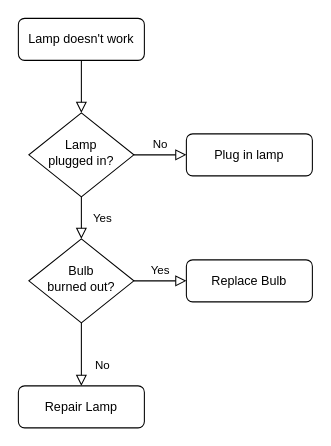
Before: Untitled Diagram.drawio in lpenhallowHome/rsa2019, a draw.io diagram. Source tidied: cells renumbered, new cells numbered last; positions are measured from the earlier drawing's top-left corner, leaving out a move shared by most shapes. Both pictures are drawn from the tidied source at 105%, with x=0, y=0 at pixel (18, 18).
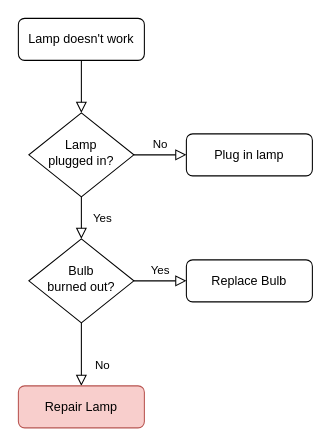
The same diagram, later.

The edit, as a diff of the source:
```diff
@@
 <mxGraphModel>
   <root>
     <mxCell id="0" />
     <mxCell id="1" parent="0" />
     <mxCell id="2" style="rounded=0;html=1;jettySize=auto;fontSize=11;endArrow=block;endFill=0;endSize=8;strokeWidth=1;shadow=0;labelBackgroundColor=none;edgeStyle=orthogonalEdgeStyle;" parent="1" edge="1" source="3" target="6">
       <mxGeometry relative="1" as="geometry" />
     </mxCell>
     <mxCell id="3" value="Lamp doesn't work" style="rounded=1;whiteSpace=wrap;html=1;fontSize=12;glass=0;strokeWidth=1;shadow=0;" parent="1" vertex="1">
       <mxGeometry width="120" height="40" as="geometry" />
     </mxCell>
     <mxCell id="4" value="Yes" style="rounded=0;html=1;jettySize=auto;fontSize=11;endArrow=block;endFill=0;endSize=8;strokeWidth=1;shadow=0;labelBackgroundColor=none;edgeStyle=orthogonalEdgeStyle;" parent="1" edge="1" source="6" target="10">
       <mxGeometry y="20" relative="1" as="geometry" />
     </mxCell>
     <mxCell id="5" value="No" style="edgeStyle=orthogonalEdgeStyle;rounded=0;html=1;jettySize=auto;fontSize=11;endArrow=block;endFill=0;endSize=8;strokeWidth=1;shadow=0;labelBackgroundColor=none;" parent="1" edge="1" source="6" target="7">
       <mxGeometry y="10" relative="1" as="geometry" />
     </mxCell>
     <mxCell id="6" value="Lamp&lt;br&gt;plugged in?" style="rhombus;whiteSpace=wrap;html=1;shadow=0;fontFamily=Helvetica;fontSize=12;align=center;strokeWidth=1;spacing=6;spacingTop=-4;" parent="1" vertex="1">
       <mxGeometry x="10" y="90" width="100" height="80" as="geometry" />
     </mxCell>
     <mxCell id="7" value="Plug in lamp" style="rounded=1;whiteSpace=wrap;html=1;fontSize=12;glass=0;strokeWidth=1;shadow=0;" parent="1" vertex="1">
       <mxGeometry x="160" y="110" width="120" height="40" as="geometry" />
     </mxCell>
     <mxCell id="8" value="No" style="rounded=0;html=1;jettySize=auto;fontSize=11;endArrow=block;endFill=0;endSize=8;strokeWidth=1;shadow=0;labelBackgroundColor=none;edgeStyle=orthogonalEdgeStyle;" parent="1" edge="1" source="10" target="11">
       <mxGeometry x="0.33" y="20" relative="1" as="geometry" />
     </mxCell>
     <mxCell id="9" value="Yes" style="edgeStyle=orthogonalEdgeStyle;rounded=0;html=1;jettySize=auto;fontSize=11;endArrow=block;endFill=0;endSize=8;strokeWidth=1;shadow=0;labelBackgroundColor=none;" parent="1" edge="1" source="10" target="12">
       <mxGeometry y="10" relative="1" as="geometry" />
     </mxCell>
     <mxCell id="10" value="Bulb&lt;br&gt;burned out?" style="rhombus;whiteSpace=wrap;html=1;shadow=0;fontFamily=Helvetica;fontSize=12;align=center;strokeWidth=1;spacing=6;spacingTop=-4;" parent="1" vertex="1">
       <mxGeometry x="10" y="210" width="100" height="80" as="geometry" />
     </mxCell>
-    <mxCell id="11" value="Repair Lamp" style="rounded=1;whiteSpace=wrap;html=1;fontSize=12;glass=0;strokeWidth=1;shadow=0;" parent="1" vertex="1">
+    <mxCell id="11" value="Repair Lamp" style="rounded=1;whiteSpace=wrap;html=1;fontSize=12;glass=0;strokeWidth=1;shadow=0;fillColor=#f8cecc;strokeColor=#b85450;" parent="1" vertex="1">
       <mxGeometry y="350" width="120" height="40" as="geometry" />
     </mxCell>
     <mxCell id="12" value="Replace Bulb" style="rounded=1;whiteSpace=wrap;html=1;fontSize=12;glass=0;strokeWidth=1;shadow=0;" parent="1" vertex="1">
       <mxGeometry x="160" y="230" width="120" height="40" as="geometry" />
     </mxCell>
   </root>
 </mxGraphModel>
```
